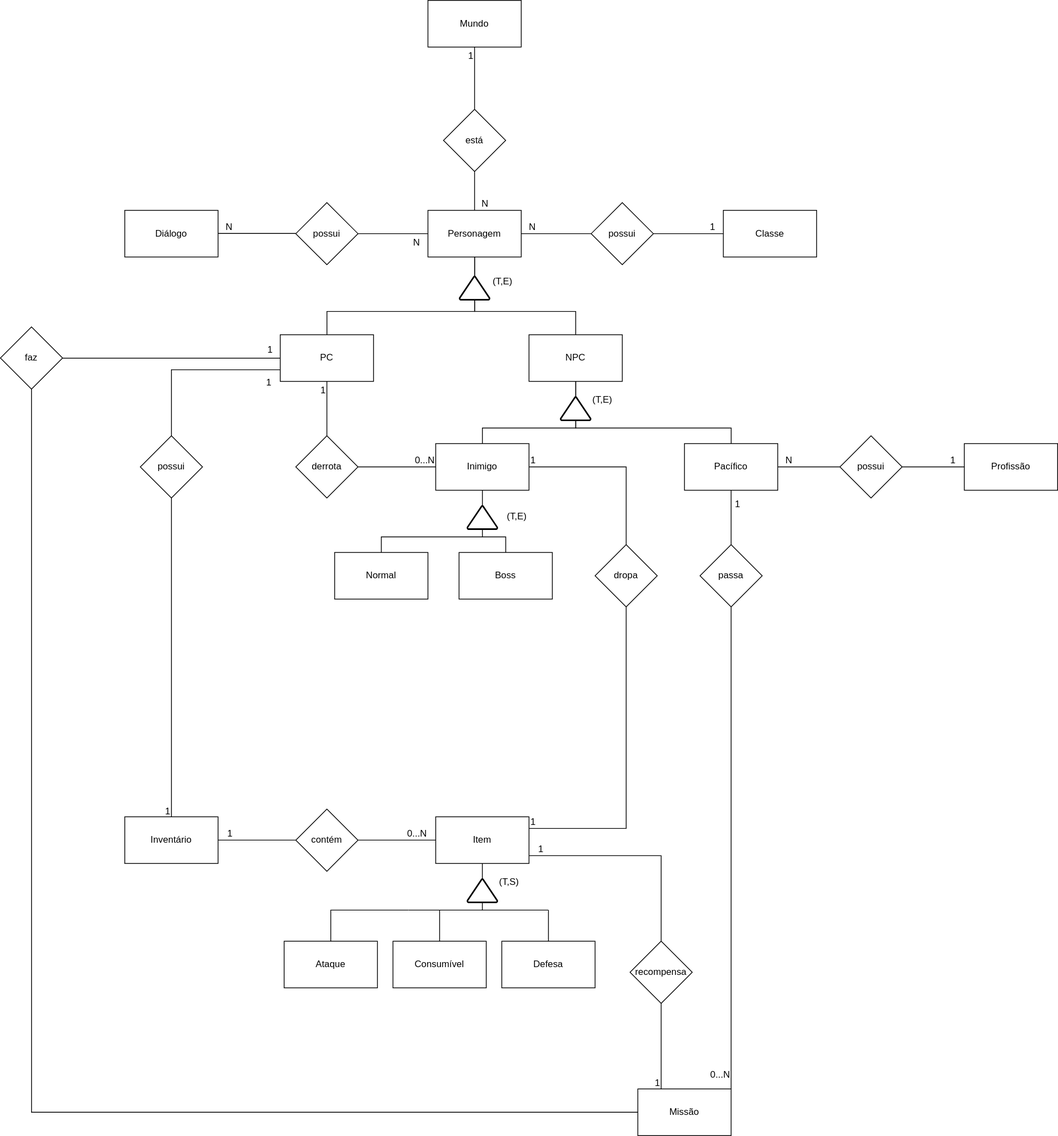
SBD1/2024.2-D-D-classico keeps this draw.io diagram as docs/modulo_01/DER.drawio.svg. Above is the earlier version. Source tidied: cells renumbered, new cells last; positions are measured from the earlier drawing's top-left corner, leaving out a move shared by most shapes.
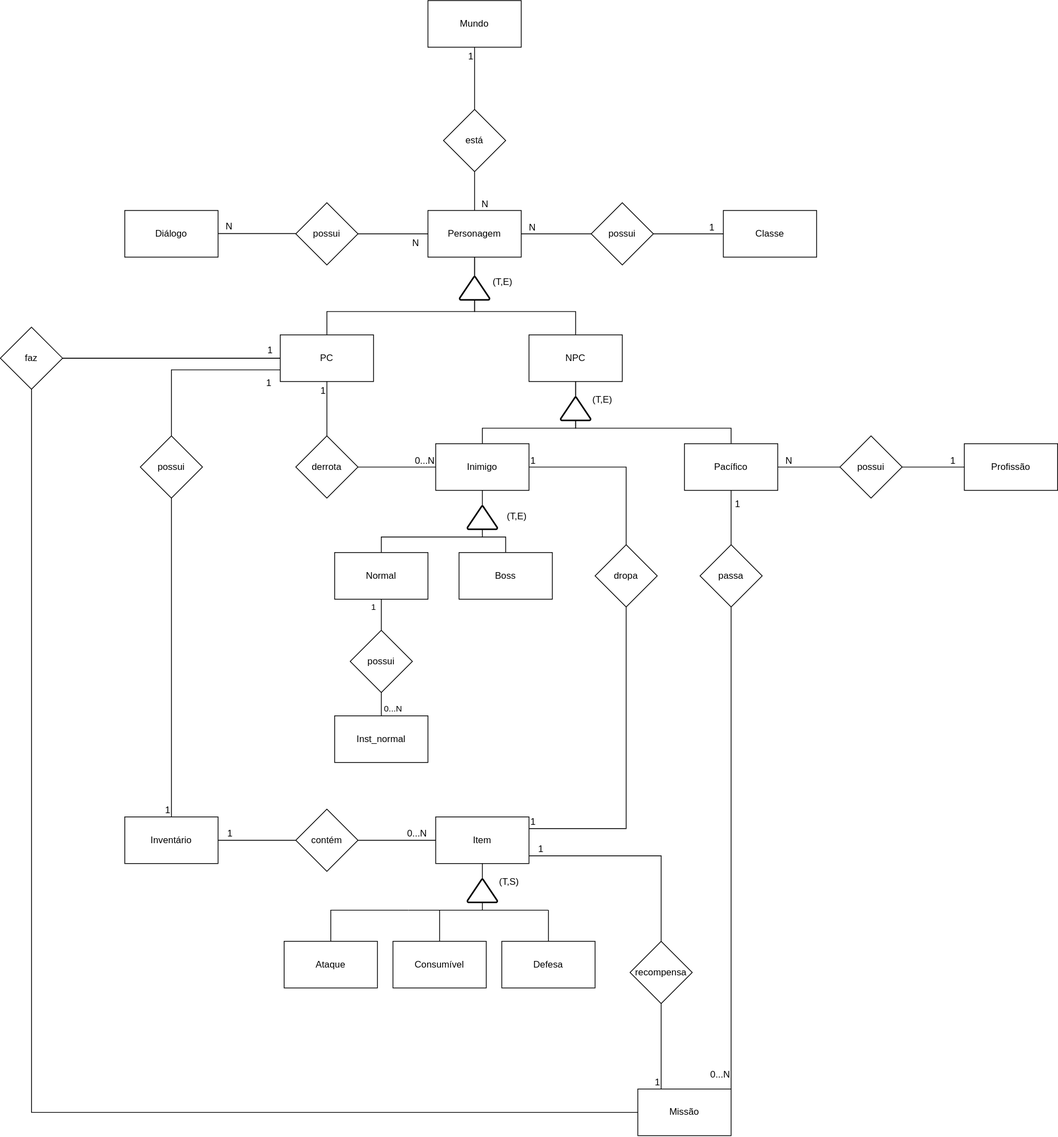
The same file after the commit.

Commit message:
Adiciona instancia inimigo normal

What changed in the source:
```diff
@@ -297,6 +297,14 @@
     <mxCell id="75" value="(T,E)" style="text;whiteSpace=wrap;html=1;" parent="1" vertex="1">
       <mxGeometry x="760" y="500" width="60" height="40" as="geometry" />
     </mxCell>
+    <mxCell id="96" style="edgeStyle=orthogonalEdgeStyle;rounded=0;jettySize=auto;html=1;endArrow=none;endFill=0;" parent="1" edge="1" source="76" target="100">
+      <mxGeometry relative="1" as="geometry" />
+    </mxCell>
+    <mxCell id="97" value="1" style="edgeLabel;html=1;align=center;verticalAlign=middle;" parent="96" vertex="1">
+      <mxGeometry x="0.26" y="-1" relative="1" as="geometry">
+        <mxPoint x="-9" y="-15" as="offset" />
+      </mxGeometry>
+    </mxCell>
     <mxCell id="76" value="Normal" style="whiteSpace=wrap;html=1;rounded=0;" parent="1" vertex="1">
       <mxGeometry x="430" y="710" width="120" height="60" as="geometry" />
     </mxCell>
@@ -390,5 +398,19 @@
     <mxCell id="95" value="N" style="html=1;whiteSpace=wrap;align=right;verticalAlign=bottom;" parent="1" vertex="1">
       <mxGeometry x="629.2" y="270" as="geometry" />
     </mxCell>
+    <mxCell id="98" style="edgeStyle=orthogonalEdgeStyle;rounded=0;jettySize=auto;html=1;endArrow=none;endFill=0;" parent="1" edge="1" source="100" target="101">
+      <mxGeometry relative="1" as="geometry" />
+    </mxCell>
+    <mxCell id="99" value="0...N" style="edgeLabel;html=1;align=center;verticalAlign=middle;" parent="98" vertex="1">
+      <mxGeometry x="0.14" y="2" relative="1" as="geometry">
+        <mxPoint x="17" y="9" as="offset" />
+      </mxGeometry>
+    </mxCell>
+    <mxCell id="100" value="possui" style="rhombus;whiteSpace=wrap;html=1;rounded=0;" parent="1" vertex="1">
+      <mxGeometry x="450" y="810" width="80" height="80" as="geometry" />
+    </mxCell>
+    <mxCell id="101" value="Inst_normal" style="whiteSpace=wrap;html=1;rounded=0;" parent="1" vertex="1">
+      <mxGeometry x="430" y="920" width="120" height="60" as="geometry" />
+    </mxCell>
   </root>
 </mxGraphModel>
```
